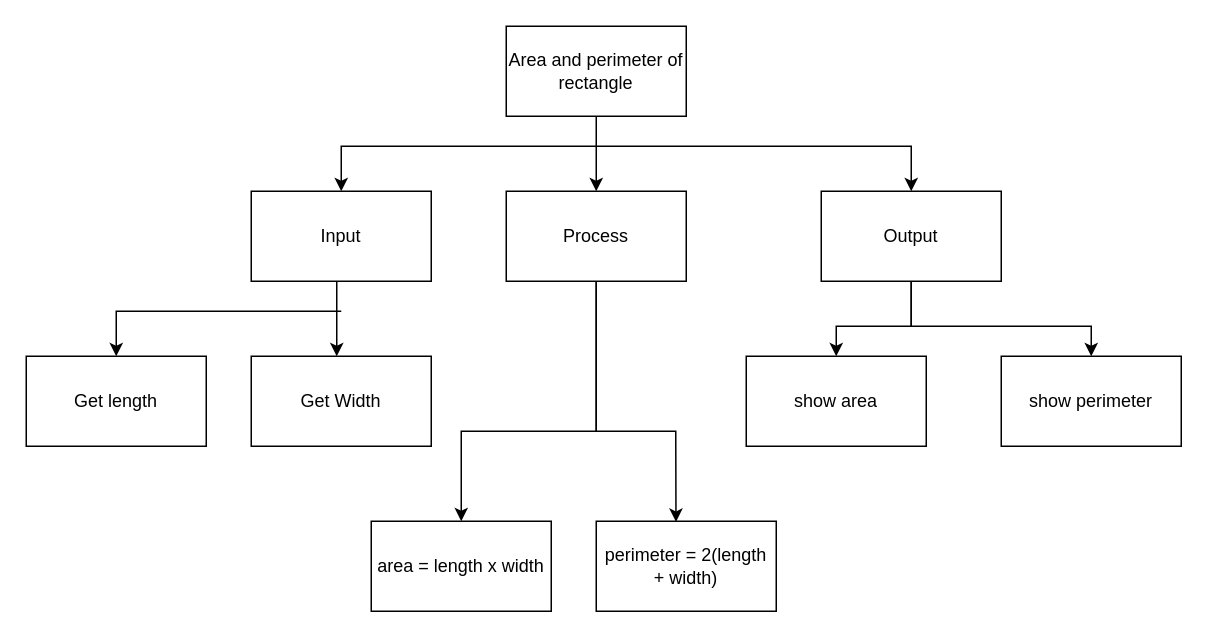
Earlier version of the draw.io diagram design/Top-Down.drawio (Johanna-liu16/ICS3U-Unit-2-02-python). Source tidied: cells renumbered, new cells numbered last; positions are measured from the earlier drawing's top-left corner, leaving out a move shared by most shapes. Both pictures are drawn from the tidied source at 150%, with x=0, y=0 at pixel (26, 26).
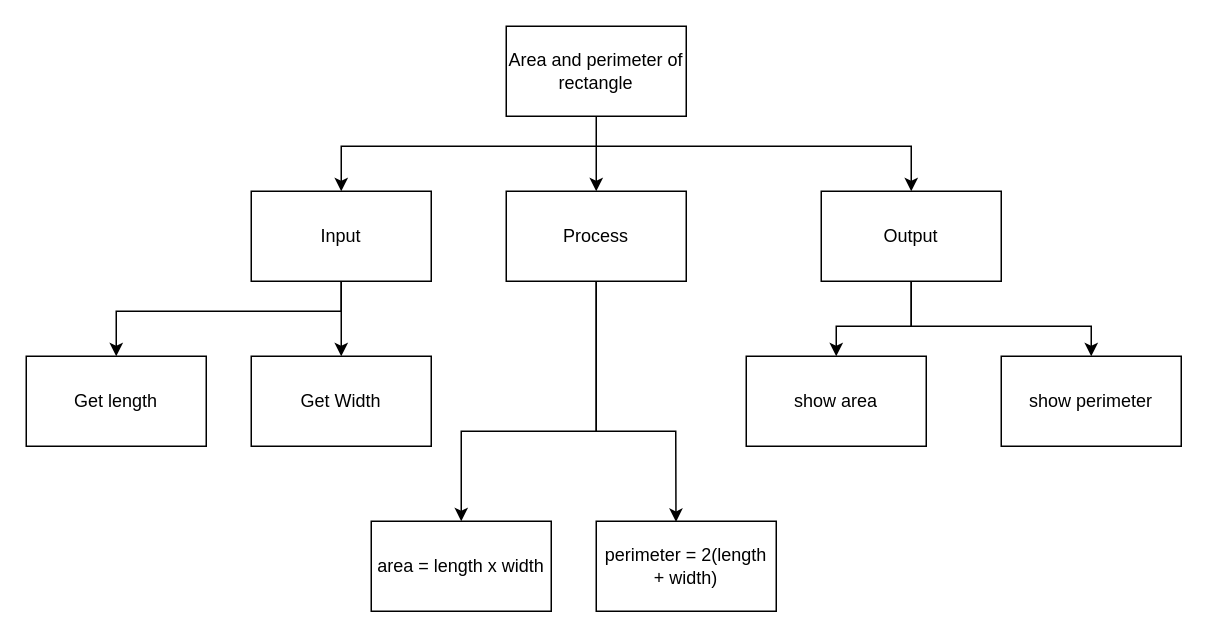
The same page after the edit.

Commit message (it also covers changes not shown here):
top down

The change refers to these unchanged cells:
```xml
<mxCell id="10" value="Input" style="rounded=0;whiteSpace=wrap;html=1;" parent="1" vertex="1">
  <mxGeometry x="150" y="110" width="120" height="60" as="geometry" />
</mxCell>
<mxCell id="17" value="Get Width" style="rounded=0;whiteSpace=wrap;html=1;" parent="1" vertex="1">
  <mxGeometry x="150" y="220" width="120" height="60" as="geometry" />
</mxCell>
<mxCell id="18" value="Get length" style="rounded=0;whiteSpace=wrap;html=1;" parent="1" vertex="1">
  <mxGeometry y="220" width="120" height="60" as="geometry" />
</mxCell>
```

The edit, as a diff of the source:
```diff
@@
-    <mxCell id="8" style="edgeStyle=elbowEdgeStyle;rounded=0;html=1;exitX=0.5;exitY=1;exitDx=0;exitDy=0;" parent="1" edge="1" source="10">
-      <mxGeometry relative="1" as="geometry">
-        <mxPoint x="207" y="220" as="targetPoint" />
-        <Array as="points">
-          <mxPoint x="207" y="200" />
-        </Array>
-      </mxGeometry>
-    </mxCell>
-    <mxCell id="9" style="edgeStyle=elbowEdgeStyle;rounded=0;html=1;entryX=0.5;entryY=0;entryDx=0;entryDy=0;" parent="1" edge="1" target="18">
-      <mxGeometry relative="1" as="geometry">
-        <mxPoint x="210" y="190" as="sourcePoint" />
-        <Array as="points">
-          <mxPoint x="60" y="200" />
-          <mxPoint x="60" y="160" />
-        </Array>
-      </mxGeometry>
-    </mxCell>
+    <mxCell id="21" style="edgeStyle=orthogonalEdgeStyle;html=1;rounded=0;" parent="1" edge="1" source="10" target="18">
+      <mxGeometry relative="1" as="geometry">
+        <Array as="points">
+          <mxPoint x="210" y="190" />
+          <mxPoint x="60" y="190" />
+        </Array>
+      </mxGeometry>
+    </mxCell>
+    <mxCell id="22" style="edgeStyle=orthogonalEdgeStyle;rounded=0;html=1;entryX=0.5;entryY=0;entryDx=0;entryDy=0;" parent="1" edge="1" source="10" target="17">
+      <mxGeometry relative="1" as="geometry" />
+    </mxCell>
```
